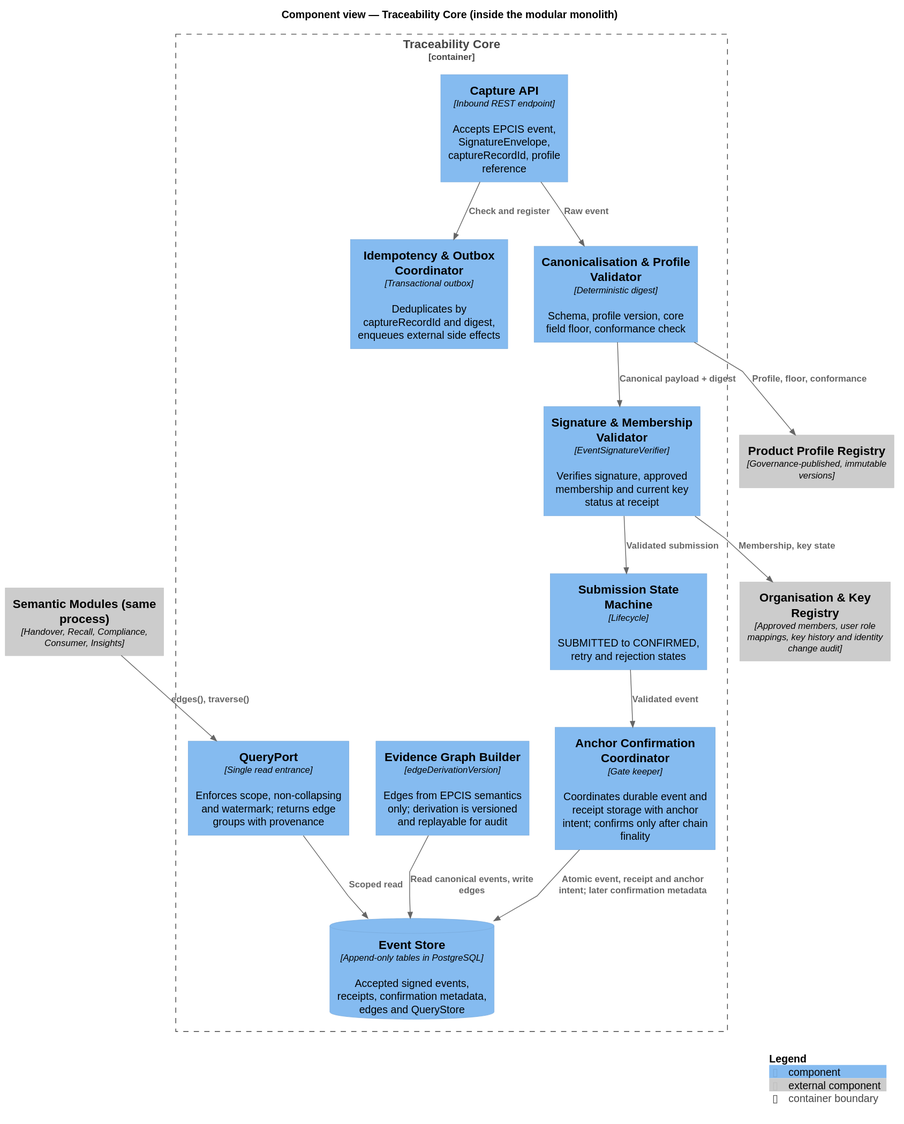
Earlier version of the PlantUML export docs/public/diagrams/core-component.svg (kuangshen04/48433assignment).
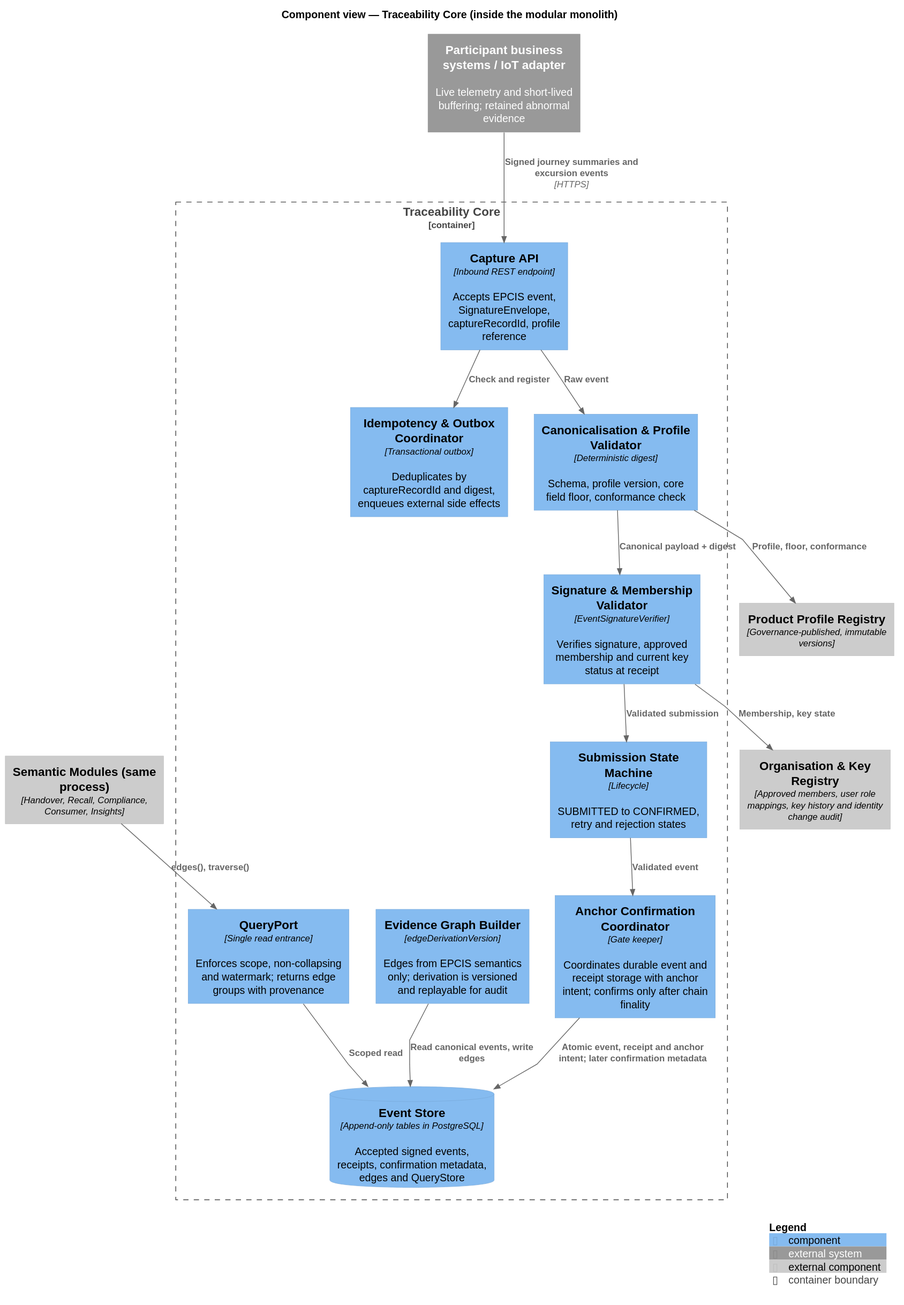
The same file after the commit.

What changed in the source:
```diff
@@ -20,7 +20,9 @@
 Component_Ext(modules, "Semantic Modules (same process)", "Handover, Recall, Compliance, Consumer, Insights")
 Component_Ext(idgov, "Organisation & Key Registry", "Approved members, user role mappings, key history and identity change audit")
 Component_Ext(profiles, "Product Profile Registry", "Governance-published, immutable versions")
+System_Ext(participantSystems, "Participant business systems / IoT adapter", "Live telemetry and short-lived buffering; retained abnormal evidence")
 
+Rel(participantSystems, capture, "Signed journey summaries and excursion events", "HTTPS")
 Rel(capture, idem, "Check and register")
 Rel(capture, canon, "Raw event")
 Rel(canon, sig, "Canonical payload + digest")
```
